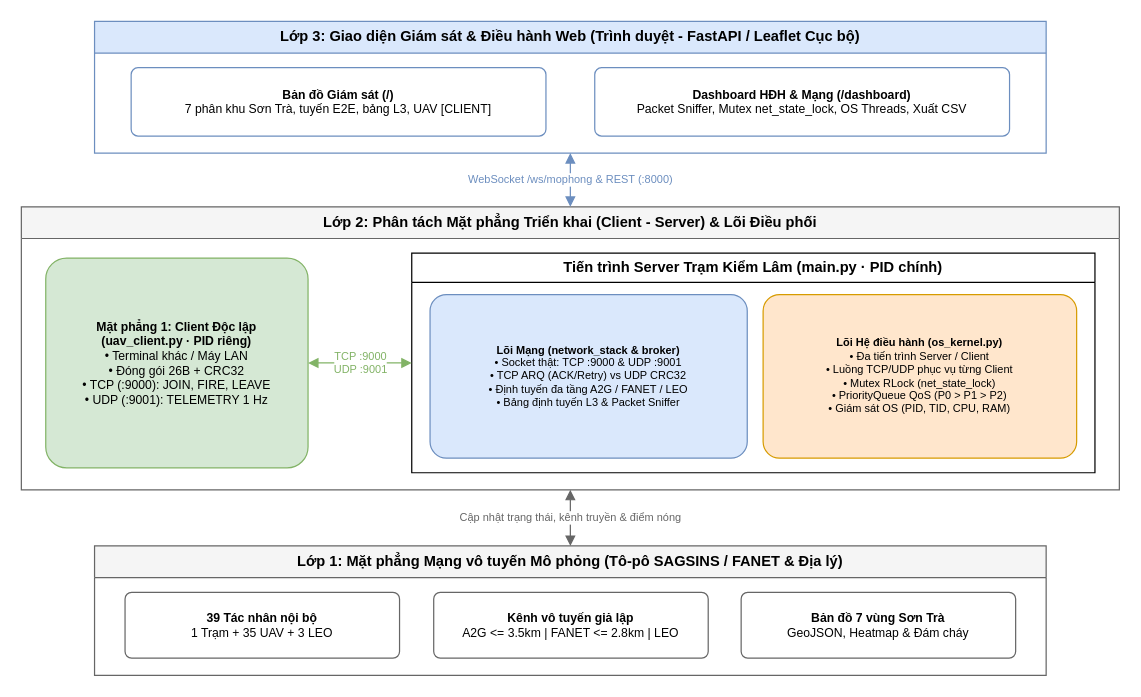
This is docs/diagrams_drawio/fig2_1_architecture.drawio from xuanquy06/PBL4, a draw.io file, before an edit. Source tidied: cells renumbered, new cells numbered last; positions are measured from the earlier drawing's top-left corner, leaving out a move shared by most shapes. Both pictures are drawn from the tidied source at 122%, with x=0, y=0 at pixel (21, 21).
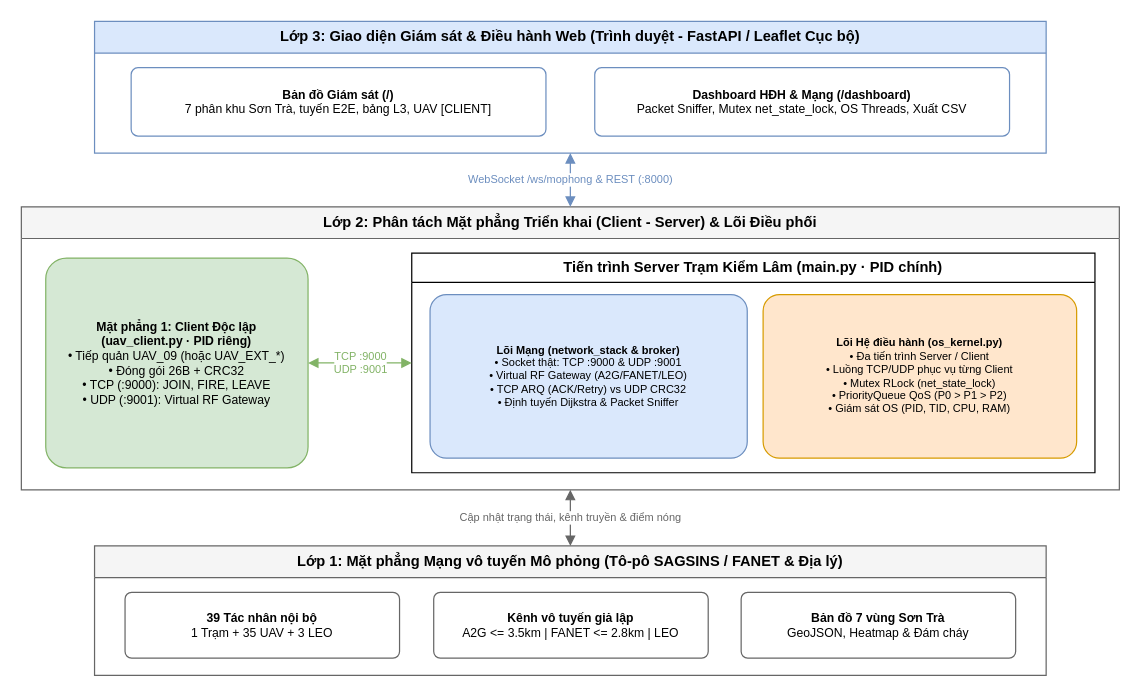
After the change.

Diff of the diagram source:
```diff
@@
 <mxGraphModel>
   <root>
     <mxCell id="0" />
     <mxCell id="1" parent="0" />
     <mxCell id="2" value="Lớp 3: Giao diện Giám sát &amp;amp; Điều hành Web (Trình duyệt - FastAPI / Leaflet Cục bộ)" style="swimlane;whiteSpace=wrap;html=1;startSize=26;fillColor=#dae8fc;strokeColor=#6c8ebf;swimlaneFillColor=#ffffff;fontSize=12;fontStyle=1;fontColor=#000000;" parent="1" vertex="1">
       <mxGeometry x="60" width="780" height="108" as="geometry" />
     </mxCell>
     <mxCell id="3" value="&lt;b&gt;Bản đồ Giám sát (/)&lt;/b&gt;&lt;br&gt;7 phân khu Sơn Trà, tuyến E2E, bảng L3, UAV [CLIENT]" style="rounded=1;arcSize=10;whiteSpace=wrap;html=1;fillColor=#ffffff;strokeColor=#6c8ebf;fontSize=10;fontColor=#000000;" parent="1" vertex="1">
       <mxGeometry x="90" y="38" width="340" height="56" as="geometry" />
     </mxCell>
     <mxCell id="4" value="&lt;b&gt;Dashboard HĐH &amp;amp; Mạng (/dashboard)&lt;/b&gt;&lt;br&gt;Packet Sniffer, Mutex net_state_lock, OS Threads, Xuất CSV" style="rounded=1;arcSize=10;whiteSpace=wrap;html=1;fillColor=#ffffff;strokeColor=#6c8ebf;fontSize=10;fontColor=#000000;" parent="1" vertex="1">
       <mxGeometry x="470" y="38" width="340" height="56" as="geometry" />
     </mxCell>
     <mxCell id="5" value="Lớp 2: Phân tách Mặt phẳng Triển khai (Client - Server) &amp;amp; Lõi Điều phối" style="swimlane;whiteSpace=wrap;html=1;startSize=26;fillColor=#f5f5f5;strokeColor=#666666;swimlaneFillColor=#ffffff;fontSize=12;fontStyle=1;fontColor=#000000;" parent="1" vertex="1">
       <mxGeometry y="152" width="900" height="232" as="geometry" />
     </mxCell>
-    <mxCell id="6" value="&lt;b&gt;Mặt phẳng 1: Client Độc lập&lt;br&gt;(uav_client.py · PID riêng)&lt;/b&gt;&lt;br&gt;• Terminal khác / Máy LAN&lt;br&gt;• Đóng gói 26B + CRC32&lt;br&gt;• TCP (:9000): JOIN, FIRE, LEAVE&lt;br&gt;• UDP (:9001): TELEMETRY 1 Hz" style="rounded=1;arcSize=10;whiteSpace=wrap;html=1;fillColor=#d5e8d4;strokeColor=#82b366;fontSize=10;fontColor=#000000;" parent="1" vertex="1">
+    <mxCell id="6" value="&lt;b&gt;Mặt phẳng 1: Client Độc lập&lt;br&gt;(uav_client.py · PID riêng)&lt;/b&gt;&lt;br&gt;• Tiếp quản UAV_09 (hoặc UAV_EXT_*)&lt;br&gt;• Đóng gói 26B + CRC32&lt;br&gt;• TCP (:9000): JOIN, FIRE, LEAVE&lt;br&gt;• UDP (:9001): Virtual RF Gateway" style="rounded=1;arcSize=10;whiteSpace=wrap;html=1;fillColor=#d5e8d4;strokeColor=#82b366;fontSize=10;fontColor=#000000;" parent="1" vertex="1">
       <mxGeometry x="20" y="194" width="215" height="172" as="geometry" />
     </mxCell>
     <mxCell id="7" value="Tiến trình Server Trạm Kiểm Lâm (main.py · PID chính)" style="swimlane;whiteSpace=wrap;html=1;startSize=24;fillColor=#ffffff;strokeColor=#000000;swimlaneFillColor=#ffffff;fontSize=12;fontStyle=1;fontColor=#000000;" parent="1" vertex="1">
       <mxGeometry x="320" y="190" width="560" height="180" as="geometry" />
     </mxCell>
-    <mxCell id="8" value="&lt;b&gt;Lõi Mạng (network_stack &amp;amp; broker)&lt;/b&gt;&lt;br&gt;• Socket thật: TCP :9000 &amp;amp; UDP :9001&lt;br&gt;• TCP ARQ (ACK/Retry) vs UDP CRC32&lt;br&gt;• Định tuyến đa tầng A2G / FANET / LEO&lt;br&gt;• Bảng định tuyến L3 &amp;amp; Packet Sniffer" style="rounded=1;arcSize=10;whiteSpace=wrap;html=1;fillColor=#dae8fc;strokeColor=#6c8ebf;fontSize=9;fontColor=#000000;" parent="1" vertex="1">
+    <mxCell id="8" value="&lt;b&gt;Lõi Mạng (network_stack &amp;amp; broker)&lt;/b&gt;&lt;br&gt;• Socket thật: TCP :9000 &amp;amp; UDP :9001&lt;br&gt;• Virtual RF Gateway (A2G/FANET/LEO)&lt;br&gt;• TCP ARQ (ACK/Retry) vs UDP CRC32&lt;br&gt;• Định tuyến Dijkstra &amp;amp; Packet Sniffer" style="rounded=1;arcSize=10;whiteSpace=wrap;html=1;fillColor=#dae8fc;strokeColor=#6c8ebf;fontSize=9;fontColor=#000000;" parent="1" vertex="1">
       <mxGeometry x="335" y="224" width="260" height="134" as="geometry" />
     </mxCell>
     <mxCell id="9" value="&lt;b&gt;Lõi Hệ điều hành (os_kernel.py)&lt;/b&gt;&lt;br&gt;• Đa tiến trình Server / Client&lt;br&gt;• Luồng TCP/UDP phục vụ từng Client&lt;br&gt;• Mutex RLock (net_state_lock)&lt;br&gt;• PriorityQueue QoS (P0 &amp;gt; P1 &amp;gt; P2)&lt;br&gt;• Giám sát OS (PID, TID, CPU, RAM)" style="rounded=1;arcSize=10;whiteSpace=wrap;html=1;fillColor=#ffe6cc;strokeColor=#d79b00;fontSize=9;fontColor=#000000;" parent="1" vertex="1">
       <mxGeometry x="608" y="224" width="257" height="134" as="geometry" />
     </mxCell>
     <mxCell id="10" value="Lớp 1: Mặt phẳng Mạng vô tuyến Mô phỏng (Tô-pô SAGSINS / FANET &amp;amp; Địa lý)" style="swimlane;whiteSpace=wrap;html=1;startSize=26;fillColor=#f5f5f5;strokeColor=#666666;swimlaneFillColor=#ffffff;fontSize=12;fontStyle=1;fontColor=#000000;" parent="1" vertex="1">
       <mxGeometry x="60" y="430" width="780" height="106" as="geometry" />
     </mxCell>
     <mxCell id="11" value="&lt;b&gt;39 Tác nhân nội bộ&lt;/b&gt;&lt;br&gt;1 Trạm + 35 UAV + 3 LEO" style="rounded=1;arcSize=10;whiteSpace=wrap;html=1;fillColor=#ffffff;strokeColor=#666666;fontSize=10;fontColor=#000000;" parent="1" vertex="1">
       <mxGeometry x="85" y="468" width="225" height="54" as="geometry" />
     </mxCell>
     <mxCell id="12" value="&lt;b&gt;Kênh vô tuyến giả lập&lt;/b&gt;&lt;br&gt;A2G &amp;lt;= 3.5km | FANET &amp;lt;= 2.8km | LEO" style="rounded=1;arcSize=10;whiteSpace=wrap;html=1;fillColor=#ffffff;strokeColor=#666666;fontSize=10;fontColor=#000000;" parent="1" vertex="1">
       <mxGeometry x="338" y="468" width="225" height="54" as="geometry" />
     </mxCell>
     <mxCell id="13" value="&lt;b&gt;Bản đồ 7 vùng Sơn Trà&lt;/b&gt;&lt;br&gt;GeoJSON, Heatmap &amp;amp; Đám cháy" style="rounded=1;arcSize=10;whiteSpace=wrap;html=1;fillColor=#ffffff;strokeColor=#666666;fontSize=10;fontColor=#000000;" parent="1" vertex="1">
       <mxGeometry x="590" y="468" width="225" height="54" as="geometry" />
     </mxCell>
     <mxCell id="14" value="WebSocket /ws/mophong &amp;amp; REST (:8000)" style="edgeStyle=orthogonalEdgeStyle;rounded=0;orthogonalLoop=1;jettySize=auto;html=1;strokeColor=#6c8ebf;fontColor=#6c8ebf;fontSize=9;endArrow=block;endFill=1;startArrow=block;startFill=1;" parent="1" edge="1">
       <mxGeometry relative="1" as="geometry">
         <mxPoint x="450" y="108" as="sourcePoint" />
         <mxPoint x="450" y="152" as="targetPoint" />
       </mxGeometry>
     </mxCell>
     <mxCell id="15" value="TCP :9000&lt;br&gt;UDP :9001" style="edgeStyle=orthogonalEdgeStyle;rounded=0;orthogonalLoop=1;jettySize=auto;html=1;strokeColor=#82b366;fontColor=#82b366;fontSize=9;endArrow=block;endFill=1;startArrow=block;startFill=1;" parent="1" edge="1">
       <mxGeometry relative="1" as="geometry">
         <mxPoint x="235" y="280" as="sourcePoint" />
         <mxPoint x="320" y="280" as="targetPoint" />
       </mxGeometry>
     </mxCell>
     <mxCell id="16" value="Cập nhật trạng thái, kênh truyền &amp;amp; điểm nóng" style="edgeStyle=orthogonalEdgeStyle;rounded=0;orthogonalLoop=1;jettySize=auto;html=1;strokeColor=#666666;fontColor=#666666;fontSize=9;endArrow=block;endFill=1;startArrow=block;startFill=1;" parent="1" edge="1">
       <mxGeometry relative="1" as="geometry">
         <mxPoint x="450" y="384" as="sourcePoint" />
         <mxPoint x="450" y="430" as="targetPoint" />
       </mxGeometry>
     </mxCell>
   </root>
 </mxGraphModel>
```
